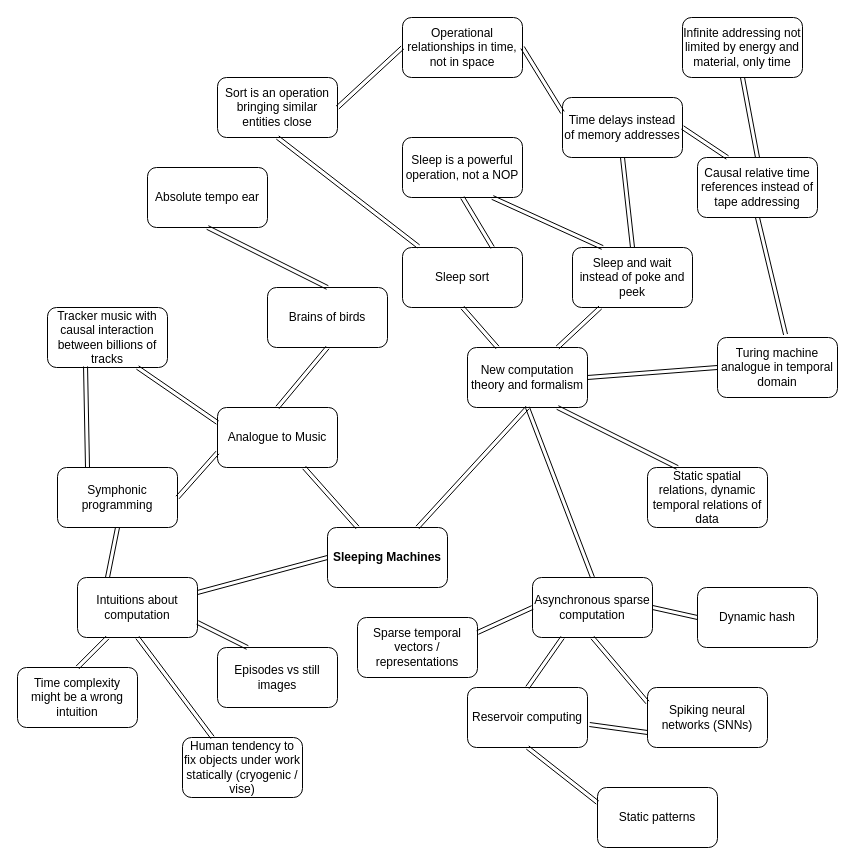
keskival/sleeping_machines keeps this draw.io diagram as sleeping_machines.drawio. Above is the earlier version. Source tidied: cells renumbered, new cells numbered last; positions are measured from the earlier drawing's top-left corner, leaving out a move shared by most shapes. Both pictures are drawn from the tidied source at 100%, with x=0, y=0 at pixel (17, 17).
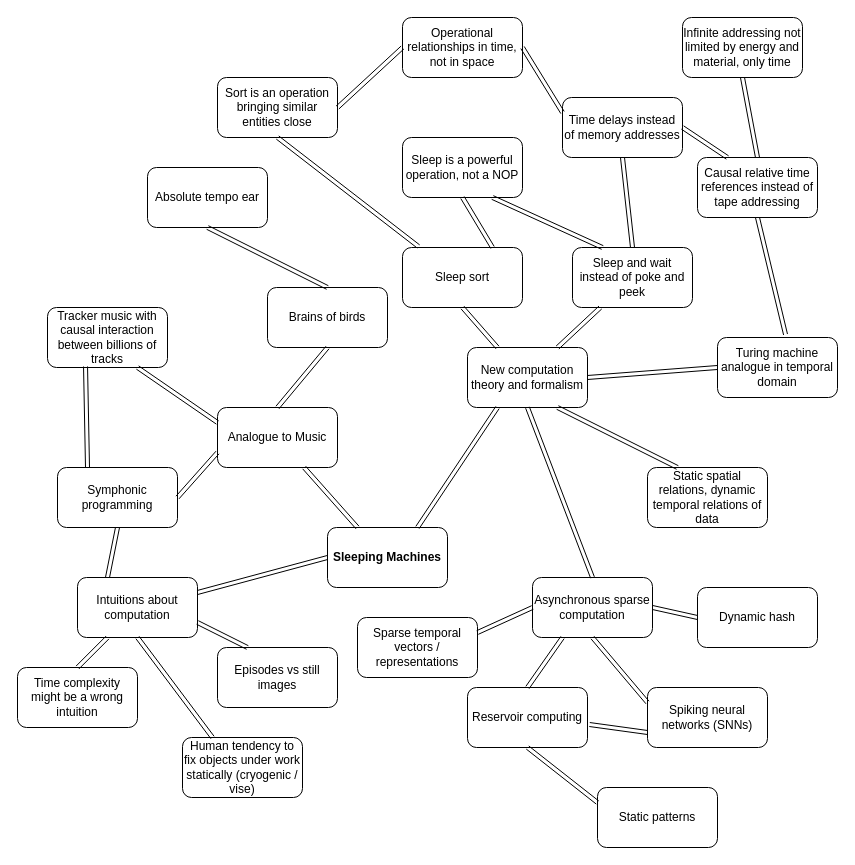
The same page after the edit.

The change refers to these unchanged cells:
```xml
<mxCell id="2" value="&lt;b&gt;Sleeping Machines&lt;/b&gt;" style="rounded=1;whiteSpace=wrap;html=1;" parent="1" vertex="1">
  <mxGeometry x="310" y="510" width="120" height="60" as="geometry" />
</mxCell>
<mxCell id="7" value="New computation theory and formalism" style="rounded=1;whiteSpace=wrap;html=1;" parent="1" vertex="1">
  <mxGeometry x="450" y="330" width="120" height="60" as="geometry" />
</mxCell>
```

What changed in the source:
```diff
@@
-    <mxCell id="19" style="shape=link;html=1;entryX=0.75;entryY=0;entryDx=0;entryDy=0;exitX=0.5;exitY=1;exitDx=0;exitDy=0;" parent="1" edge="1" source="7" target="2">
+    <mxCell id="19" style="shape=link;html=1;entryX=0.75;entryY=0;entryDx=0;entryDy=0;exitX=0.25;exitY=1;exitDx=0;exitDy=0;" parent="1" edge="1" source="7" target="2">
       <mxGeometry relative="1" as="geometry" />
     </mxCell>
```
